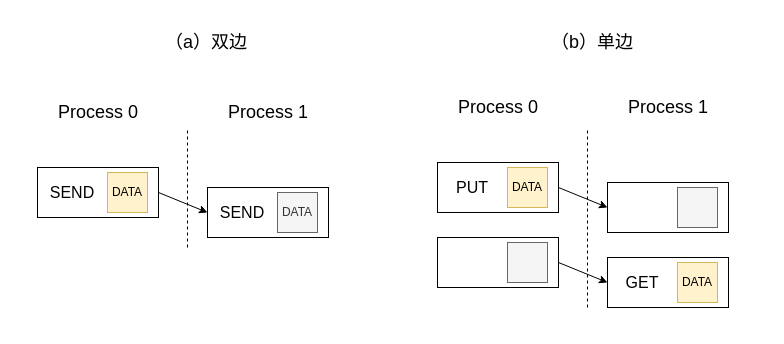
The draw.io diagram drawio/ch-mpi/communications.drawio in godaai/scale-py-zh, before the edit. Source tidied: cells renumbered, new cells numbered last; positions are measured from the earlier drawing's top-left corner, leaving out a move shared by most shapes. Both pictures are drawn from the tidied source at 100%, with x=0, y=0 at pixel (17, 17).
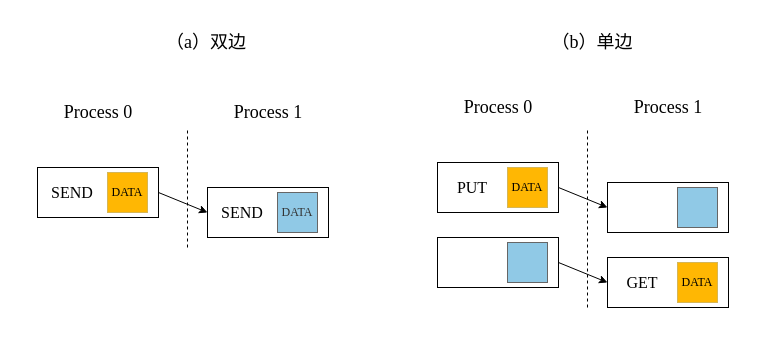
The same page after the edit.

Change to the diagram source:
```diff
@@
-    <mxCell id="2" style="rounded=0;whiteSpace=wrap;html=1;" parent="1" vertex="1">
+    <mxCell id="2" style="rounded=0;whiteSpace=wrap;html=1;fontFamily=Times New Roman;" parent="1" vertex="1">
       <mxGeometry x="590" y="240" width="121" height="50" as="geometry" />
     </mxCell>
-    <mxCell id="3" style="rounded=0;whiteSpace=wrap;html=1;" parent="1" vertex="1">
+    <mxCell id="3" style="rounded=0;whiteSpace=wrap;html=1;fontFamily=Times New Roman;" parent="1" vertex="1">
       <mxGeometry x="20" y="150" width="121" height="50" as="geometry" />
     </mxCell>
-    <mxCell id="4" style="endArrow=none;dashed=1;html=1;rounded=0;" parent="1" edge="1">
+    <mxCell id="4" style="endArrow=none;dashed=1;html=1;rounded=0;fontFamily=Times New Roman;" parent="1" edge="1">
       <mxGeometry x="0.8" y="20" relative="1" as="geometry">
         <mxPoint x="170" y="230" as="sourcePoint" />
         <mxPoint x="170" y="110" as="targetPoint" />
       </mxGeometry>
     </mxCell>
-    <mxCell id="5" value="Process 0" style="text;html=1;strokeColor=none;fillColor=none;align=center;verticalAlign=middle;whiteSpace=wrap;rounded=0;fontSize=18;" parent="1" vertex="1">
+    <mxCell id="5" value="Process 0" style="text;html=1;strokeColor=none;fillColor=none;align=center;verticalAlign=middle;whiteSpace=wrap;rounded=0;fontSize=18;fontFamily=Times New Roman;" parent="1" vertex="1">
       <mxGeometry x="30.5" y="80" width="100" height="30" as="geometry" />
     </mxCell>
-    <mxCell id="6" value="Process 1" style="text;html=1;strokeColor=none;fillColor=none;align=center;verticalAlign=middle;whiteSpace=wrap;rounded=0;fontSize=18;" parent="1" vertex="1">
+    <mxCell id="6" value="Process 1" style="text;html=1;strokeColor=none;fillColor=none;align=center;verticalAlign=middle;whiteSpace=wrap;rounded=0;fontSize=18;fontFamily=Times New Roman;" parent="1" vertex="1">
       <mxGeometry x="200.5" y="80" width="100" height="30" as="geometry" />
     </mxCell>
-    <mxCell id="7" value="DATA" style="rounded=0;whiteSpace=wrap;html=1;fillColor=#fff2cc;strokeColor=#d6b656;" parent="1" vertex="1">
+    <mxCell id="7" value="DATA" style="rounded=0;whiteSpace=wrap;html=1;fillColor=#FFB703;strokeColor=#d6b656;fontFamily=Times New Roman;" parent="1" vertex="1">
       <mxGeometry x="90" y="155" width="40" height="40" as="geometry" />
     </mxCell>
-    <mxCell id="8" value="&lt;font style=&quot;font-size: 16px;&quot;&gt;SEND&lt;/font&gt;" style="text;html=1;strokeColor=none;fillColor=none;align=center;verticalAlign=middle;whiteSpace=wrap;rounded=0;" parent="1" vertex="1">
+    <mxCell id="8" value="&lt;font style=&quot;font-size: 16px;&quot;&gt;SEND&lt;/font&gt;" style="text;html=1;strokeColor=none;fillColor=none;align=center;verticalAlign=middle;whiteSpace=wrap;rounded=0;fontFamily=Times New Roman;" parent="1" vertex="1">
       <mxGeometry x="30" y="160" width="50" height="30" as="geometry" />
     </mxCell>
-    <mxCell id="9" style="rounded=0;whiteSpace=wrap;html=1;" parent="1" vertex="1">
+    <mxCell id="9" style="rounded=0;whiteSpace=wrap;html=1;fontFamily=Times New Roman;" parent="1" vertex="1">
       <mxGeometry x="190" y="170" width="121" height="50" as="geometry" />
     </mxCell>
-    <mxCell id="10" value="DATA" style="rounded=0;whiteSpace=wrap;html=1;fillColor=#f5f5f5;fontColor=#333333;strokeColor=#666666;" parent="1" vertex="1">
+    <mxCell id="10" value="DATA" style="rounded=0;whiteSpace=wrap;html=1;fillColor=#90C9E6;fontColor=#333333;strokeColor=#666666;fontFamily=Times New Roman;" parent="1" vertex="1">
       <mxGeometry x="260" y="175" width="40" height="40" as="geometry" />
     </mxCell>
-    <mxCell id="11" value="&lt;font style=&quot;font-size: 16px;&quot;&gt;SEND&lt;/font&gt;" style="text;html=1;strokeColor=none;fillColor=none;align=center;verticalAlign=middle;whiteSpace=wrap;rounded=0;" parent="1" vertex="1">
+    <mxCell id="11" value="&lt;font style=&quot;font-size: 16px;&quot;&gt;SEND&lt;/font&gt;" style="text;html=1;strokeColor=none;fillColor=none;align=center;verticalAlign=middle;whiteSpace=wrap;rounded=0;fontFamily=Times New Roman;" parent="1" vertex="1">
       <mxGeometry x="200" y="180" width="50" height="30" as="geometry" />
     </mxCell>
-    <mxCell id="12" style="endArrow=classic;html=1;rounded=0;fontSize=18;exitX=1;exitY=0.5;exitDx=0;exitDy=0;entryX=0;entryY=0.5;entryDx=0;entryDy=0;" parent="1" edge="1" source="3" target="9">
+    <mxCell id="12" style="endArrow=classic;html=1;rounded=0;fontSize=18;exitX=1;exitY=0.5;exitDx=0;exitDy=0;entryX=0;entryY=0.5;entryDx=0;entryDy=0;fontFamily=Times New Roman;" parent="1" edge="1" source="3" target="9">
       <mxGeometry relative="1" as="geometry" />
     </mxCell>
-    <mxCell id="13" value="（a）双边" style="text;html=1;strokeColor=none;fillColor=none;align=center;verticalAlign=middle;whiteSpace=wrap;rounded=0;fontSize=18;" parent="1" vertex="1">
+    <mxCell id="13" value="（a）双边" style="text;html=1;strokeColor=none;fillColor=none;align=center;verticalAlign=middle;whiteSpace=wrap;rounded=0;fontSize=18;fontFamily=Times New Roman;" parent="1" vertex="1">
       <mxGeometry x="114" y="10" width="150" height="30" as="geometry" />
     </mxCell>
-    <mxCell id="14" style="rounded=0;whiteSpace=wrap;html=1;" parent="1" vertex="1">
+    <mxCell id="14" style="rounded=0;whiteSpace=wrap;html=1;fontFamily=Times New Roman;" parent="1" vertex="1">
       <mxGeometry x="420" y="145" width="121" height="50" as="geometry" />
     </mxCell>
-    <mxCell id="15" style="endArrow=none;dashed=1;html=1;rounded=0;" parent="1" edge="1">
+    <mxCell id="15" style="endArrow=none;dashed=1;html=1;rounded=0;fontFamily=Times New Roman;" parent="1" edge="1">
       <mxGeometry x="0.8" y="20" relative="1" as="geometry">
         <mxPoint x="570" y="290" as="sourcePoint" />
         <mxPoint x="570" y="110" as="targetPoint" />
       </mxGeometry>
     </mxCell>
-    <mxCell id="16" value="Process 0" style="text;html=1;strokeColor=none;fillColor=none;align=center;verticalAlign=middle;whiteSpace=wrap;rounded=0;fontSize=18;" parent="1" vertex="1">
+    <mxCell id="16" value="Process 0" style="text;html=1;strokeColor=none;fillColor=none;align=center;verticalAlign=middle;whiteSpace=wrap;rounded=0;fontSize=18;fontFamily=Times New Roman;" parent="1" vertex="1">
       <mxGeometry x="430.5" y="75" width="100" height="30" as="geometry" />
     </mxCell>
-    <mxCell id="17" value="Process 1" style="text;html=1;strokeColor=none;fillColor=none;align=center;verticalAlign=middle;whiteSpace=wrap;rounded=0;fontSize=18;" parent="1" vertex="1">
+    <mxCell id="17" value="Process 1" style="text;html=1;strokeColor=none;fillColor=none;align=center;verticalAlign=middle;whiteSpace=wrap;rounded=0;fontSize=18;fontFamily=Times New Roman;" parent="1" vertex="1">
       <mxGeometry x="600.5" y="75" width="100" height="30" as="geometry" />
     </mxCell>
-    <mxCell id="18" value="DATA" style="rounded=0;whiteSpace=wrap;html=1;fillColor=#fff2cc;strokeColor=#d6b656;" parent="1" vertex="1">
+    <mxCell id="18" value="DATA" style="rounded=0;whiteSpace=wrap;html=1;fillColor=#FFB703;strokeColor=#d6b656;fontFamily=Times New Roman;" parent="1" vertex="1">
       <mxGeometry x="490" y="150" width="40" height="40" as="geometry" />
     </mxCell>
-    <mxCell id="19" value="&lt;span style=&quot;font-size: 16px;&quot;&gt;PUT&lt;/span&gt;" style="text;html=1;strokeColor=none;fillColor=none;align=center;verticalAlign=middle;whiteSpace=wrap;rounded=0;" parent="1" vertex="1">
+    <mxCell id="19" value="&lt;span style=&quot;font-size: 16px;&quot;&gt;PUT&lt;/span&gt;" style="text;html=1;strokeColor=none;fillColor=none;align=center;verticalAlign=middle;whiteSpace=wrap;rounded=0;fontFamily=Times New Roman;" parent="1" vertex="1">
       <mxGeometry x="430" y="155" width="50" height="30" as="geometry" />
     </mxCell>
-    <mxCell id="20" style="rounded=0;whiteSpace=wrap;html=1;" parent="1" vertex="1">
+    <mxCell id="20" style="rounded=0;whiteSpace=wrap;html=1;fontFamily=Times New Roman;" parent="1" vertex="1">
       <mxGeometry x="590" y="165" width="121" height="50" as="geometry" />
     </mxCell>
-    <mxCell id="21" style="rounded=0;whiteSpace=wrap;html=1;fillColor=#f5f5f5;fontColor=#333333;strokeColor=#666666;" parent="1" vertex="1">
+    <mxCell id="21" style="rounded=0;whiteSpace=wrap;html=1;fillColor=#90C9E6;fontColor=#333333;strokeColor=#666666;fontFamily=Times New Roman;" parent="1" vertex="1">
       <mxGeometry x="660" y="170" width="40" height="40" as="geometry" />
     </mxCell>
-    <mxCell id="22" style="endArrow=classic;html=1;rounded=0;fontSize=18;exitX=1;exitY=0.5;exitDx=0;exitDy=0;entryX=0;entryY=0.5;entryDx=0;entryDy=0;" parent="1" edge="1" source="14" target="20">
+    <mxCell id="22" style="endArrow=classic;html=1;rounded=0;fontSize=18;exitX=1;exitY=0.5;exitDx=0;exitDy=0;entryX=0;entryY=0.5;entryDx=0;entryDy=0;fontFamily=Times New Roman;" parent="1" edge="1" source="14" target="20">
       <mxGeometry relative="1" as="geometry" />
     </mxCell>
-    <mxCell id="23" value="（b）单边" style="text;html=1;strokeColor=none;fillColor=none;align=center;verticalAlign=middle;whiteSpace=wrap;rounded=0;fontSize=18;" parent="1" vertex="1">
+    <mxCell id="23" value="（b）单边" style="text;html=1;strokeColor=none;fillColor=none;align=center;verticalAlign=middle;whiteSpace=wrap;rounded=0;fontSize=18;fontFamily=Times New Roman;" parent="1" vertex="1">
       <mxGeometry x="500" y="10" width="150" height="30" as="geometry" />
     </mxCell>
-    <mxCell id="24" style="rounded=0;whiteSpace=wrap;html=1;" parent="1" vertex="1">
+    <mxCell id="24" style="rounded=0;whiteSpace=wrap;html=1;fontFamily=Times New Roman;" parent="1" vertex="1">
       <mxGeometry x="420" y="220" width="121" height="50" as="geometry" />
     </mxCell>
-    <mxCell id="25" style="rounded=0;whiteSpace=wrap;html=1;fillColor=#f5f5f5;fontColor=#333333;strokeColor=#666666;" parent="1" vertex="1">
+    <mxCell id="25" style="rounded=0;whiteSpace=wrap;html=1;fillColor=#90C9E6;fontColor=#333333;strokeColor=#666666;fontFamily=Times New Roman;" parent="1" vertex="1">
       <mxGeometry x="490" y="225" width="40" height="40" as="geometry" />
     </mxCell>
-    <mxCell id="26" value="DATA" style="rounded=0;whiteSpace=wrap;html=1;fillColor=#fff2cc;strokeColor=#d6b656;" parent="1" vertex="1">
+    <mxCell id="26" value="DATA" style="rounded=0;whiteSpace=wrap;html=1;fillColor=#FFB703;strokeColor=#d6b656;fontFamily=Times New Roman;" parent="1" vertex="1">
       <mxGeometry x="660" y="245" width="40" height="40" as="geometry" />
     </mxCell>
-    <mxCell id="27" style="endArrow=classic;html=1;rounded=0;fontSize=18;exitX=1;exitY=0.5;exitDx=0;exitDy=0;entryX=0;entryY=0.5;entryDx=0;entryDy=0;" parent="1" edge="1" source="24">
+    <mxCell id="27" style="endArrow=classic;html=1;rounded=0;fontSize=18;exitX=1;exitY=0.5;exitDx=0;exitDy=0;entryX=0;entryY=0.5;entryDx=0;entryDy=0;fontFamily=Times New Roman;" parent="1" edge="1" source="24">
       <mxGeometry relative="1" as="geometry">
         <mxPoint x="590" y="265" as="targetPoint" />
       </mxGeometry>
     </mxCell>
-    <mxCell id="28" value="&lt;span style=&quot;font-size: 16px;&quot;&gt;GET&lt;/span&gt;" style="text;html=1;strokeColor=none;fillColor=none;align=center;verticalAlign=middle;whiteSpace=wrap;rounded=0;" parent="1" vertex="1">
+    <mxCell id="28" value="&lt;span style=&quot;font-size: 16px;&quot;&gt;GET&lt;/span&gt;" style="text;html=1;strokeColor=none;fillColor=none;align=center;verticalAlign=middle;whiteSpace=wrap;rounded=0;fontFamily=Times New Roman;" parent="1" vertex="1">
       <mxGeometry x="600" y="250" width="50" height="30" as="geometry" />
     </mxCell>
-    <mxCell id="29" style="rounded=0;whiteSpace=wrap;html=1;fontSize=18;fillColor=none;strokeColor=none;" parent="1" vertex="1">
-      <mxGeometry width="750" height="310" as="geometry" />
+    <mxCell id="29" style="rounded=0;whiteSpace=wrap;html=1;fontSize=18;fillColor=none;strokeColor=none;fontFamily=Times New Roman;" parent="1" vertex="1">
+      <mxGeometry y="50" width="750" height="260" as="geometry" />
     </mxCell>
```
